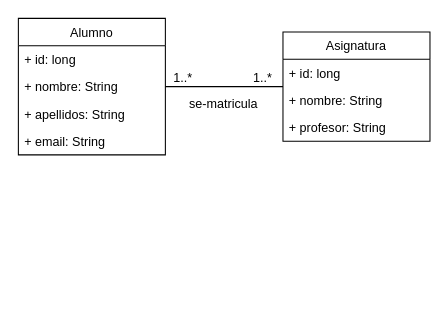
The draw.io diagram 20_AsociacionesManyToMany-Extra/uml.drawio in lmlopezmagana/bbdd-2019, before the edit. Source tidied: cells renumbered, new cells numbered last; positions are measured from the earlier drawing's top-left corner, leaving out a move shared by most shapes. Both pictures are drawn from the tidied source at 105%, with x=0, y=0 at pixel (18, 18).
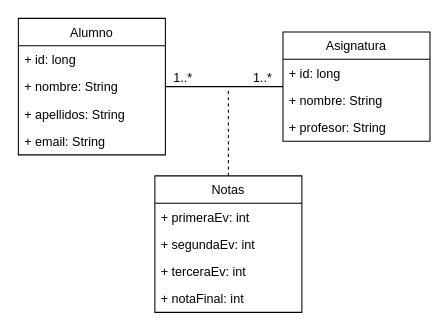
After the change.

The edit, as a diff of the source:
```diff
@@
-    <mxCell id="14" value="se-matricula" style="text;html=1;align=left;verticalAlign=top;spacingTop=-4;" parent="1" vertex="1">
-      <mxGeometry x="161" y="72" width="80" height="20" as="geometry" />
-    </mxCell>
+    <mxCell id="15" value="Notas" style="swimlane;fontStyle=0;horizontal=1;startSize=26;fillColor=none;" parent="1" vertex="1">
+      <mxGeometry x="130" y="150" width="140" height="130" as="geometry" />
+    </mxCell>
+    <mxCell id="16" value="+ primeraEv: int" style="text;strokeColor=none;fillColor=none;align=left;verticalAlign=top;spacingLeft=4;spacingRight=4;overflow=hidden;" parent="15" vertex="1">
+      <mxGeometry y="26" width="140" height="26" as="geometry" />
+    </mxCell>
+    <mxCell id="17" value="+ segundaEv: int" style="text;strokeColor=none;fillColor=none;align=left;verticalAlign=top;spacingLeft=4;spacingRight=4;overflow=hidden;" parent="15" vertex="1">
+      <mxGeometry y="52" width="140" height="26" as="geometry" />
+    </mxCell>
+    <mxCell id="18" value="+ terceraEv: int" style="text;strokeColor=none;fillColor=none;align=left;verticalAlign=top;spacingLeft=4;spacingRight=4;overflow=hidden;" parent="15" vertex="1">
+      <mxGeometry y="78" width="140" height="26" as="geometry" />
+    </mxCell>
+    <mxCell id="19" value="+ notaFinal: int" style="text;strokeColor=none;fillColor=none;align=left;verticalAlign=top;spacingLeft=4;spacingRight=4;overflow=hidden;" parent="15" vertex="1">
+      <mxGeometry y="104" width="140" height="26" as="geometry" />
+    </mxCell>
+    <mxCell id="20" style="endArrow=none;dashed=1;html=1;exitX=0.5;exitY=0;exitDx=0;exitDy=0;" parent="1" edge="1" source="15">
+      <mxGeometry relative="1" as="geometry">
+        <mxPoint x="200" y="67" as="targetPoint" />
+      </mxGeometry>
+    </mxCell>
```
